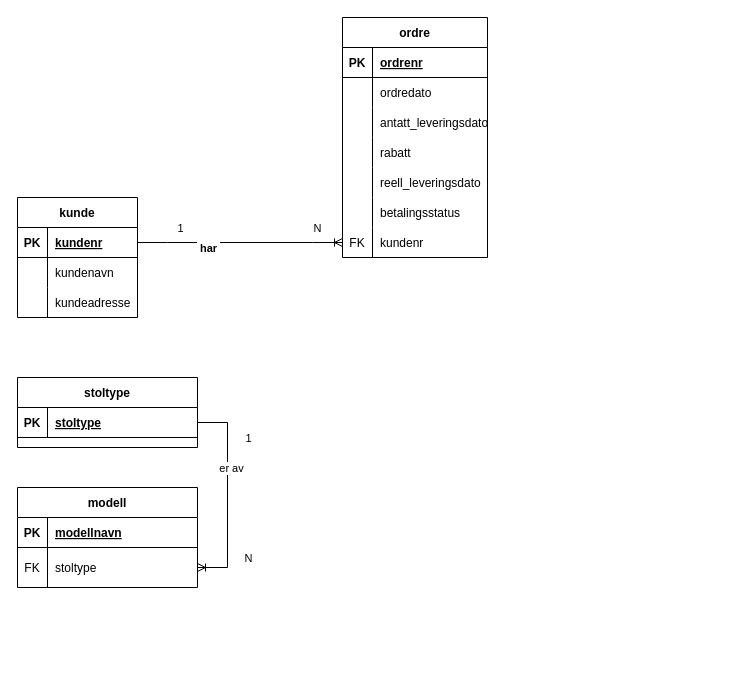
The draw.io diagram Stol System EER.drawio in SchatzerZD/SQLDatabase, before the edit. Source tidied: cells renumbered, new cells numbered last; positions are measured from the earlier drawing's top-left corner, leaving out a move shared by most shapes. Both pictures are drawn from the tidied source at 100%, with x=0, y=0 at pixel (17, 17).
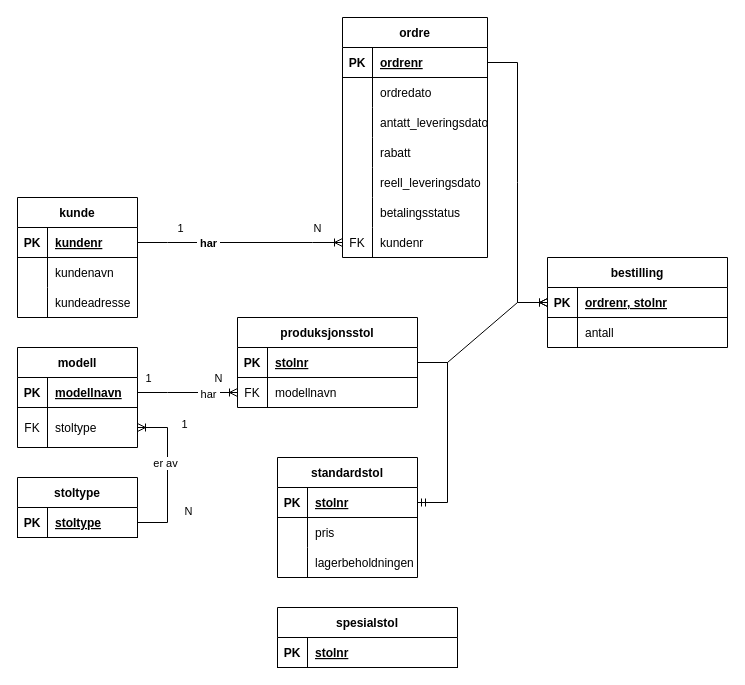
The same page after the edit.

Unchanged cells that the change refers to:
```xml
<mxCell id="3" style="shape=tableRow;horizontal=0;startSize=0;swimlaneHead=0;swimlaneBody=0;fillColor=none;points=[[0,0.5],[1,0.5]];portConstraint=eastwest;top=0;left=0;right=0;bottom=1;" parent="2" vertex="1">
  <mxGeometry y="30" width="145" height="30" as="geometry" />
</mxCell>
<mxCell id="34" style="edgeStyle=entityRelationEdgeStyle;fontSize=12;html=1;endArrow=ERoneToMany;rounded=0;align=right;labelPosition=left;verticalLabelPosition=top;verticalAlign=bottom;" parent="1" edge="1" source="25" target="21">
  <mxGeometry relative="1" as="geometry" />
</mxCell>
```

What changed in the source:
```diff
@@
     <mxCell id="37" value="&lt;p style=&quot;line-height: 1.2;&quot;&gt;&lt;b&gt;&amp;nbsp;har&amp;nbsp;&lt;/b&gt;&lt;/p&gt;" style="edgeLabel;html=1;align=center;verticalAlign=middle;spacingLeft=0;spacingRight=0;spacing=0;" parent="34" vertex="1">
       <mxGeometry x="-0.06" y="-1" relative="1" as="geometry">
-        <mxPoint x="-26" y="4" as="offset" />
+        <mxPoint x="-26" y="-1" as="offset" />
       </mxGeometry>
     </mxCell>
     <mxCell id="38" value="stoltype" style="shape=table;startSize=30;childLayout=tableLayout;rowLines=0;fontStyle=1;align=center;" parent="1" vertex="1">
-      <mxGeometry y="360" width="180" height="70" as="geometry" />
+      <mxGeometry y="460" width="120" height="60" as="geometry" />
     </mxCell>
     <mxCell id="39" style="shape=tableRow;horizontal=0;startSize=0;swimlaneHead=0;swimlaneBody=0;fillColor=none;points=[[0,0.5],[1,0.5]];portConstraint=eastwest;top=0;left=0;right=0;bottom=1;" parent="38" vertex="1">
-      <mxGeometry y="30" width="180" height="30" as="geometry" />
+      <mxGeometry y="30" width="120" height="30" as="geometry" />
     </mxCell>
@@
     <mxCell id="41" value="stoltype" style="shape=partialRectangle;fillColor=none;top=0;left=0;bottom=0;right=0;align=left;spacingLeft=6;fontStyle=5;overflow=hidden;" parent="39" vertex="1">
-      <mxGeometry x="30" width="150" height="30" as="geometry" />
+      <mxGeometry x="30" width="90" height="30" as="geometry" />
     </mxCell>
     <mxCell id="42" value="modell" style="shape=table;startSize=30;childLayout=tableLayout;rowLines=0;fontStyle=1;align=center;" parent="1" vertex="1">
-      <mxGeometry y="470" width="180" height="100" as="geometry" />
+      <mxGeometry y="330" width="120" height="100" as="geometry" />
     </mxCell>
     <mxCell id="43" style="shape=tableRow;horizontal=0;startSize=0;swimlaneHead=0;swimlaneBody=0;fillColor=none;points=[[0,0.5],[1,0.5]];portConstraint=eastwest;top=0;left=0;right=0;bottom=1;" parent="42" vertex="1">
-      <mxGeometry y="30" width="180" height="30" as="geometry" />
+      <mxGeometry y="30" width="120" height="30" as="geometry" />
     </mxCell>
@@
     <mxCell id="45" value="modellnavn" style="shape=partialRectangle;fillColor=none;top=0;left=0;bottom=0;right=0;align=left;spacingLeft=6;fontStyle=5;overflow=hidden;" parent="43" vertex="1">
-      <mxGeometry x="30" width="150" height="30" as="geometry" />
+      <mxGeometry x="30" width="90" height="30" as="geometry" />
     </mxCell>
     <mxCell id="46" style="shape=tableRow;horizontal=0;startSize=0;swimlaneHead=0;swimlaneBody=0;fillColor=none;points=[[0,0.5],[1,0.5]];portConstraint=eastwest;top=0;left=0;right=0;bottom=0;" parent="42" vertex="1">
-      <mxGeometry y="60" width="180" height="40" as="geometry" />
+      <mxGeometry y="60" width="120" height="40" as="geometry" />
     </mxCell>
@@
     <mxCell id="48" value="stoltype" style="shape=partialRectangle;fillColor=none;top=0;left=0;bottom=0;right=0;align=left;spacingLeft=6;fontStyle=0;overflow=hidden;" parent="46" vertex="1">
-      <mxGeometry x="30" width="150" height="40" as="geometry" />
+      <mxGeometry x="30" width="90" height="40" as="geometry" />
     </mxCell>
@@
+    <mxCell id="53" value="standardstol" style="shape=table;startSize=30;childLayout=tableLayout;rowLines=0;fontStyle=1;align=center;" parent="1" vertex="1">
+      <mxGeometry x="260" y="440" width="140" height="120" as="geometry" />
+    </mxCell>
+    <mxCell id="54" style="shape=tableRow;horizontal=0;startSize=0;swimlaneHead=0;swimlaneBody=0;fillColor=none;points=[[0,0.5],[1,0.5]];portConstraint=eastwest;top=0;left=0;right=0;bottom=1;" parent="53" vertex="1">
+      <mxGeometry y="30" width="140" height="30" as="geometry" />
+    </mxCell>
+    <mxCell id="55" value="PK" style="shape=partialRectangle;fillColor=none;top=0;left=0;bottom=0;right=0;fontStyle=1;overflow=hidden;" parent="54" vertex="1">
+      <mxGeometry width="30" height="30" as="geometry" />
+    </mxCell>
+    <mxCell id="56" value="stolnr" style="shape=partialRectangle;fillColor=none;top=0;left=0;bottom=0;right=0;align=left;spacingLeft=6;fontStyle=5;overflow=hidden;" parent="54" vertex="1">
+      <mxGeometry x="30" width="110" height="30" as="geometry" />
+    </mxCell>
+    <mxCell id="57" style="shape=tableRow;horizontal=0;startSize=0;swimlaneHead=0;swimlaneBody=0;fillColor=none;top=0;left=0;right=0;bottom=0;" parent="53" vertex="1">
+      <mxGeometry y="60" width="140" height="30" as="geometry" />
+    </mxCell>
+    <mxCell id="58" style="shape=partialRectangle;fillColor=none;top=0;left=0;bottom=0;right=0;overflow=hidden;" parent="57" vertex="1">
+      <mxGeometry width="30" height="30" as="geometry" />
+    </mxCell>
+    <mxCell id="59" value="pris" style="shape=partialRectangle;fillColor=none;top=0;left=0;bottom=0;right=0;align=left;spacingLeft=6;overflow=hidden;" parent="57" vertex="1">
+      <mxGeometry x="30" width="110" height="30" as="geometry" />
+    </mxCell>
+    <mxCell id="60" style="shape=tableRow;horizontal=0;startSize=0;swimlaneHead=0;swimlaneBody=0;fillColor=none;top=0;left=0;right=0;bottom=0;" parent="53" vertex="1">
+      <mxGeometry y="90" width="140" height="30" as="geometry" />
+    </mxCell>
+    <mxCell id="61" style="shape=partialRectangle;fillColor=none;top=0;left=0;bottom=0;right=0;overflow=hidden;" parent="60" vertex="1">
+      <mxGeometry width="30" height="30" as="geometry" />
+    </mxCell>
+    <mxCell id="62" value="lagerbeholdningen" style="shape=partialRectangle;fillColor=none;top=0;left=0;bottom=0;right=0;align=left;spacingLeft=6;overflow=hidden;" parent="60" vertex="1">
+      <mxGeometry x="30" width="110" height="30" as="geometry" />
+    </mxCell>
+    <mxCell id="63" value="bestilling" style="shape=table;startSize=30;childLayout=tableLayout;rowLines=0;fontStyle=1;align=center;" parent="1" vertex="1">
+      <mxGeometry x="530" y="240" width="180" height="90" as="geometry" />
+    </mxCell>
+    <mxCell id="64" style="shape=tableRow;horizontal=0;startSize=0;swimlaneHead=0;swimlaneBody=0;fillColor=none;points=[[0,0.5],[1,0.5]];portConstraint=eastwest;top=0;left=0;right=0;bottom=1;" parent="63" vertex="1">
+      <mxGeometry y="30" width="180" height="30" as="geometry" />
+    </mxCell>
+    <mxCell id="65" value="PK" style="shape=partialRectangle;fillColor=none;top=0;left=0;bottom=0;right=0;fontStyle=1;overflow=hidden;" parent="64" vertex="1">
+      <mxGeometry width="30" height="30" as="geometry" />
+    </mxCell>
+    <mxCell id="66" value="ordrenr, stolnr" style="shape=partialRectangle;fillColor=none;top=0;left=0;bottom=0;right=0;align=left;spacingLeft=6;fontStyle=5;overflow=hidden;" parent="64" vertex="1">
+      <mxGeometry x="30" width="150" height="30" as="geometry" />
+    </mxCell>
+    <mxCell id="67" style="shape=tableRow;horizontal=0;startSize=0;swimlaneHead=0;swimlaneBody=0;fillColor=none;top=0;left=0;right=0;bottom=0;" parent="63" vertex="1">
+      <mxGeometry y="60" width="180" height="30" as="geometry" />
+    </mxCell>
+    <mxCell id="68" style="shape=partialRectangle;fillColor=none;top=0;left=0;bottom=0;right=0;overflow=hidden;" parent="67" vertex="1">
+      <mxGeometry width="30" height="30" as="geometry" />
+    </mxCell>
+    <mxCell id="69" value="antall" style="shape=partialRectangle;fillColor=none;top=0;left=0;bottom=0;right=0;align=left;spacingLeft=6;overflow=hidden;" parent="67" vertex="1">
+      <mxGeometry x="30" width="150" height="30" as="geometry" />
+    </mxCell>
+    <mxCell id="70" value="produksjonsstol" style="shape=table;startSize=30;childLayout=tableLayout;rowLines=0;fontStyle=1;align=center;" parent="1" vertex="1">
+      <mxGeometry x="220" y="300" width="180" height="90" as="geometry" />
+    </mxCell>
+    <mxCell id="71" style="shape=tableRow;horizontal=0;startSize=0;swimlaneHead=0;swimlaneBody=0;fillColor=none;points=[[0,0.5],[1,0.5]];portConstraint=eastwest;top=0;left=0;right=0;bottom=1;" parent="70" vertex="1">
+      <mxGeometry y="30" width="180" height="30" as="geometry" />
+    </mxCell>
+    <mxCell id="72" value="PK" style="shape=partialRectangle;fillColor=none;top=0;left=0;bottom=0;right=0;fontStyle=1;overflow=hidden;" parent="71" vertex="1">
+      <mxGeometry width="30" height="30" as="geometry" />
+    </mxCell>
+    <mxCell id="73" value="stolnr" style="shape=partialRectangle;fillColor=none;top=0;left=0;bottom=0;right=0;align=left;spacingLeft=6;fontStyle=5;overflow=hidden;" parent="71" vertex="1">
+      <mxGeometry x="30" width="150" height="30" as="geometry" />
+    </mxCell>
+    <mxCell id="74" style="shape=tableRow;horizontal=0;startSize=0;swimlaneHead=0;swimlaneBody=0;fillColor=none;points=[[0,0.5],[1,0.5]];portConstraint=eastwest;top=0;left=0;right=0;bottom=0;" parent="70" vertex="1">
+      <mxGeometry y="60" width="180" height="30" as="geometry" />
+    </mxCell>
+    <mxCell id="75" value="FK" style="shape=partialRectangle;fillColor=none;top=0;left=0;bottom=0;right=0;fontStyle=0;overflow=hidden;" parent="74" vertex="1">
+      <mxGeometry width="30" height="30" as="geometry" />
+    </mxCell>
+    <mxCell id="76" value="modellnavn" style="shape=partialRectangle;fillColor=none;top=0;left=0;bottom=0;right=0;align=left;spacingLeft=6;fontStyle=0;overflow=hidden;" parent="74" vertex="1">
+      <mxGeometry x="30" width="150" height="30" as="geometry" />
+    </mxCell>
+    <mxCell id="77" style="edgeStyle=entityRelationEdgeStyle;fontSize=12;html=1;endArrow=ERmandOne;rounded=0;" parent="1" edge="1" source="71" target="54">
+      <mxGeometry relative="1" as="geometry" />
+    </mxCell>
+    <mxCell id="78" style="edgeStyle=entityRelationEdgeStyle;fontSize=12;html=1;endArrow=ERoneToMany;rounded=0;" parent="1" edge="1" source="43" target="74">
+      <mxGeometry relative="1" as="geometry" />
+    </mxCell>
+    <mxCell id="79" value="1" style="edgeLabel;html=1;align=center;verticalAlign=middle;" parent="78" vertex="1">
+      <mxGeometry x="-0.02" y="-2" relative="1" as="geometry">
+        <mxPoint x="-39" y="-17" as="offset" />
+      </mxGeometry>
+    </mxCell>
+    <mxCell id="80" value="N" style="edgeLabel;html=1;align=center;verticalAlign=middle;" parent="78" vertex="1">
+      <mxGeometry x="0.04" y="2" relative="1" as="geometry">
+        <mxPoint x="28" y="-13" as="offset" />
+      </mxGeometry>
+    </mxCell>
+    <mxCell id="81" value="&amp;nbsp;har&amp;nbsp;" style="edgeLabel;html=1;align=center;verticalAlign=middle;" parent="78" vertex="1">
+      <mxGeometry x="-0.02" y="-2" relative="1" as="geometry">
+        <mxPoint x="21" y="-1" as="offset" />
+      </mxGeometry>
+    </mxCell>
+    <mxCell id="82" style="edgeStyle=entityRelationEdgeStyle;fontSize=12;html=1;endArrow=ERoneToMany;rounded=0;" parent="1" edge="1" source="71" target="64">
+      <mxGeometry relative="1" as="geometry" />
+    </mxCell>
+    <mxCell id="83" style="edgeStyle=entityRelationEdgeStyle;fontSize=12;html=1;endArrow=ERoneToMany;rounded=0;" parent="1" edge="1" source="3" target="64">
+      <mxGeometry relative="1" as="geometry" />
+    </mxCell>
+    <mxCell id="84" value="spesialstol" style="shape=table;startSize=30;childLayout=tableLayout;rowLines=0;fontStyle=1;align=center;" parent="1" vertex="1">
+      <mxGeometry x="260" y="590" width="180" height="60" as="geometry" />
+    </mxCell>
+    <mxCell id="85" style="shape=tableRow;horizontal=0;startSize=0;swimlaneHead=0;swimlaneBody=0;fillColor=none;top=0;left=0;right=0;bottom=1;" parent="84" vertex="1">
+      <mxGeometry y="30" width="180" height="30" as="geometry" />
+    </mxCell>
+    <mxCell id="86" value="PK" style="shape=partialRectangle;fillColor=none;top=0;left=0;bottom=0;right=0;fontStyle=1;overflow=hidden;" parent="85" vertex="1">
+      <mxGeometry width="30" height="30" as="geometry" />
+    </mxCell>
+    <mxCell id="87" value="stolnr" style="shape=partialRectangle;fillColor=none;top=0;left=0;bottom=0;right=0;align=left;spacingLeft=6;fontStyle=5;overflow=hidden;" parent="85" vertex="1">
+      <mxGeometry x="30" width="150" height="30" as="geometry" />
+    </mxCell>
```
